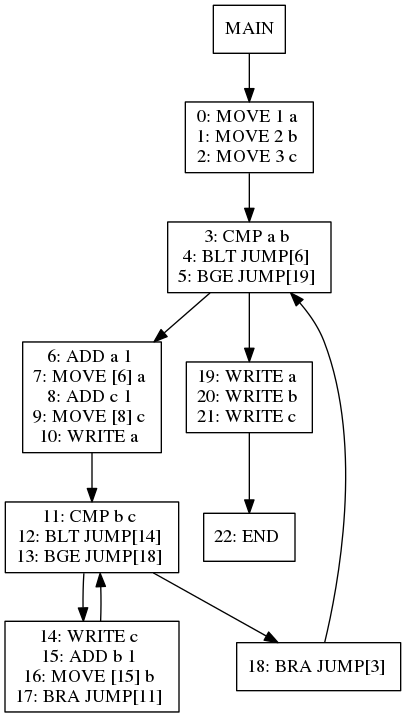
Above: viz/test010.dot.png in jiahanwang/PL241-Compiler (Graphviz), before the change. Its source is kept beside it as viz/test010.dot. Its diagram source:
```dot
digraph test010 {
node [shape=box]
1[label="MAIN"]
1 -> 3
3[label="0: MOVE 1 a
1: MOVE 2 b
2: MOVE 3 c
"]
3 -> 6
6[label="3: CMP a b
4: BLT JUMP[6]
5: BGE JUMP[19]
"]
6 -> 8
8[label="6: ADD a 1
7: MOVE [6] a
8: ADD c 1
9: MOVE [8] c
10: WRITE a
"]
8 -> 11
11[label="11: CMP b c
12: BLT JUMP[14]
13: BGE JUMP[18]
"]
11 -> 13
13[label="14: WRITE c
15: ADD b 1
16: MOVE [15] b
17: BRA JUMP[11]
"]
13 -> 11
11 -> 12
12[label="18: BRA JUMP[3]
"]
12 -> 6
6 -> 7
7[label="19: WRITE a
20: WRITE b
21: WRITE c
"]
7 -> 18
18[label="22: END
"]
}
```
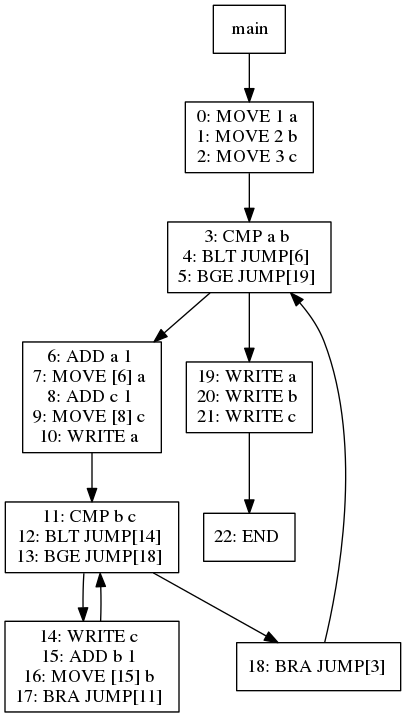
Later version of the same file.

Change to the diagram source:
```diff
@@ -1,45 +1,45 @@
 digraph test010 {
 node [shape=box]
-1[label="MAIN"]
-1 -> 3
-3[label="0: MOVE 1 a
+156[label="main"]
+156 -> 158
+158[label="0: MOVE 1 a
 1: MOVE 2 b
 2: MOVE 3 c
 "]
-3 -> 6
-6[label="3: CMP a b
+158 -> 161
+161[label="3: CMP a b
 4: BLT JUMP[6]
 5: BGE JUMP[19]
 "]
-6 -> 8
-8[label="6: ADD a 1
+161 -> 163
+163[label="6: ADD a 1
 7: MOVE [6] a
 8: ADD c 1
 9: MOVE [8] c
 10: WRITE a
 "]
-8 -> 11
-11[label="11: CMP b c
+163 -> 166
+166[label="11: CMP b c
 12: BLT JUMP[14]
 13: BGE JUMP[18]
 "]
-11 -> 13
-13[label="14: WRITE c
+166 -> 168
+168[label="14: WRITE c
 15: ADD b 1
 16: MOVE [15] b
 17: BRA JUMP[11]
 "]
-13 -> 11
-11 -> 12
-12[label="18: BRA JUMP[3]
+168 -> 166
+166 -> 167
+167[label="18: BRA JUMP[3]
 "]
-12 -> 6
-6 -> 7
-7[label="19: WRITE a
+167 -> 161
+161 -> 162
+162[label="19: WRITE a
 20: WRITE b
 21: WRITE c
 "]
-7 -> 18
-18[label="22: END
+162 -> 173
+173[label="22: END
 "]
 }
```
